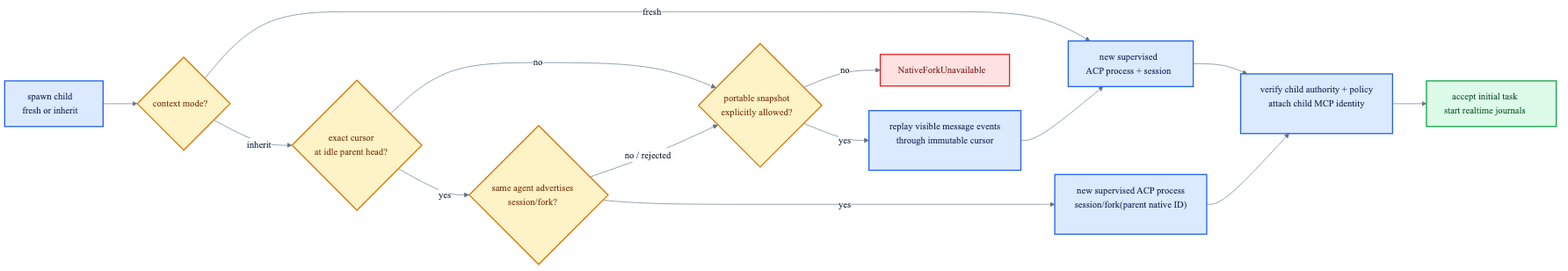
The Mermaid diagram v2/docs/sub-agent-context-flow.png in fontanierh/crab, before a commit. Its source is kept beside it as v2/docs/sub-agent-context-flow.mmd. The source it was exported from:
```mermaid
%%{init: {"theme": "base", "themeVariables": {"fontFamily": "ui-sans-serif, system-ui, sans-serif", "primaryTextColor": "#172033", "lineColor": "#64748b", "edgeLabelBackground": "#ffffff"}, "flowchart": {"curve": "basis", "nodeSpacing": 42, "rankSpacing": 58}}}%%
flowchart LR
    REQUEST["spawn child<br/>fresh or inherit"]
    MODE{"context mode?"}
    FRESH["new supervised<br/>ACP process + session"]
    HEAD{"exact cursor<br/>at idle parent head?"}
    FORK{"same agent advertises<br/>session/fork?"}
    NATIVE["new supervised ACP process<br/>session/fork(parent native ID)"]
    FALLBACK{"portable snapshot<br/>explicitly allowed?"}
    SNAPSHOT["replay visible message events<br/>through immutable cursor"]
    FAIL["NativeForkUnavailable"]
    POLICY["verify child authority + policy<br/>attach child MCP identity"]
    TASK["accept initial task<br/>start realtime journals"]

    REQUEST --> MODE
    MODE -->|"fresh"| FRESH --> POLICY
    MODE -->|"inherit"| HEAD
    HEAD -->|"yes"| FORK
    HEAD -->|"no"| FALLBACK
    FORK -->|"yes"| NATIVE --> POLICY
    FORK -->|"no / rejected"| FALLBACK
    FALLBACK -->|"yes"| SNAPSHOT --> FRESH
    FALLBACK -->|"no"| FAIL
    POLICY --> TASK

    classDef decision fill:#fef3c7,stroke:#d97706,stroke-width:2px,color:#78350f;
    classDef runtime fill:#dbeafe,stroke:#2563eb,stroke-width:2px,color:#172554;
    classDef success fill:#dcfce7,stroke:#16a34a,stroke-width:2px,color:#14532d;
    classDef failure fill:#fee2e2,stroke:#dc2626,stroke-width:2px,color:#7f1d1d;
    class MODE,HEAD,FORK,FALLBACK decision;
    class REQUEST,FRESH,NATIVE,SNAPSHOT,POLICY runtime;
    class TASK success;
    class FAIL failure;
```
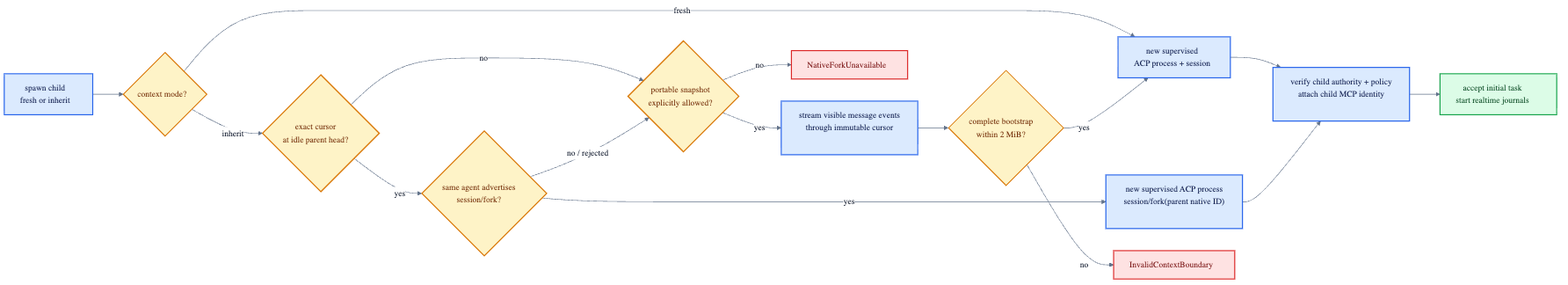
The same file after the commit.

Commit message:
fix(v2): stream portable sub-agent snapshots (#348)

The edit, as a diff of the source:
```diff
@@ -7,7 +7,9 @@
     FORK{"same agent advertises<br/>session/fork?"}
     NATIVE["new supervised ACP process<br/>session/fork(parent native ID)"]
     FALLBACK{"portable snapshot<br/>explicitly allowed?"}
-    SNAPSHOT["replay visible message events<br/>through immutable cursor"]
+    SNAPSHOT["stream visible message events<br/>through immutable cursor"]
+    CAP{"complete bootstrap<br/>within 2 MiB?"}
+    OVERSIZE["InvalidContextBoundary"]
     FAIL["NativeForkUnavailable"]
     POLICY["verify child authority + policy<br/>attach child MCP identity"]
     TASK["accept initial task<br/>start realtime journals"]
@@ -19,7 +21,9 @@
     HEAD -->|"no"| FALLBACK
     FORK -->|"yes"| NATIVE --> POLICY
     FORK -->|"no / rejected"| FALLBACK
-    FALLBACK -->|"yes"| SNAPSHOT --> FRESH
+    FALLBACK -->|"yes"| SNAPSHOT --> CAP
+    CAP -->|"yes"| FRESH
+    CAP -->|"no"| OVERSIZE
     FALLBACK -->|"no"| FAIL
     POLICY --> TASK
 
@@ -27,7 +31,7 @@
     classDef runtime fill:#dbeafe,stroke:#2563eb,stroke-width:2px,color:#172554;
     classDef success fill:#dcfce7,stroke:#16a34a,stroke-width:2px,color:#14532d;
     classDef failure fill:#fee2e2,stroke:#dc2626,stroke-width:2px,color:#7f1d1d;
-    class MODE,HEAD,FORK,FALLBACK decision;
+    class MODE,HEAD,FORK,FALLBACK,CAP decision;
     class REQUEST,FRESH,NATIVE,SNAPSHOT,POLICY runtime;
     class TASK success;
-    class FAIL failure;
+    class FAIL,OVERSIZE failure;
```
